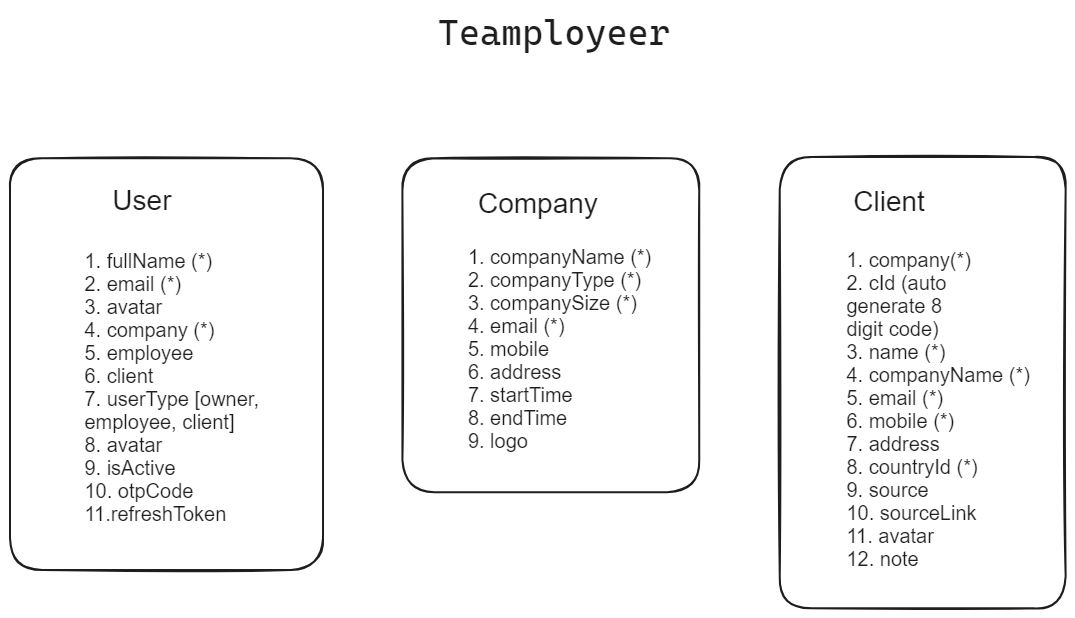
This is software-features.excalidraw.png from DevzetOfficial/teamployeer-api, a Excalidraw export, as it was before one commit. Source tidied: one line per element, renumbered; positions are measured from the earlier drawing's top-left corner, leaving out a move shared by most shapes. Its diagram source:
```json
{"id": 0, "type": "text", "text": "Teamployeer", "strokeColor": "#1e1e1e", "strokeWidth": 2, "roughness": 1, "fontSize": 36, "fontFamily": 3, "textAlign": "center", "x": 428, "y": 0, "width": 232, "height": 43}
{"id": 1, "type": "rectangle", "strokeColor": "#1e1e1e", "strokeWidth": 2, "roughness": 1, "round": true, "x": 770, "y": 147, "width": 286, "height": 451}
{"id": 2, "type": "text", "text": "Client", "strokeColor": "#1e1e1e", "strokeWidth": 2, "roughness": 1, "fontSize": 28, "fontFamily": 2, "textAlign": "center", "x": 843, "y": 176, "width": 72, "height": 32}
{"id": 3, "type": "text", "text": "1. company(*)\n2. cId (auto \ngenerate 8 \ndigit code)\n3. name (*)\n4. companyName (*)\n5. email (*)\n6. mobile (*)\n7. address\n8. countryId (*)\n9. source\n10. sourceLink\n11. avatar\n12. note\n", "strokeColor": "#1e1e1e", "strokeWidth": 2, "roughness": 1, "fontSize": 20, "fontFamily": 2, "x": 836, "y": 239, "width": 183, "height": 345}
{"id": 4, "type": "rectangle", "strokeColor": "#1e1e1e", "strokeWidth": 2, "roughness": 1, "round": true, "x": 0, "y": 148, "width": 313, "height": 412}
{"id": 5, "type": "text", "text": "User", "strokeColor": "#1e1e1e", "strokeWidth": 2, "roughness": 1, "fontSize": 28, "fontFamily": 2, "x": 102, "y": 175, "width": 59, "height": 32}
{"id": 6, "type": "text", "text": "1. fullName (*)\n2. email (*)\n3. avatar\n4. company (*)\n5. employee\n6. client\n7. userType [owner, \nemployee, client]\n8. avatar\n9. isActive\n10. otpCode\n11.refreshToken\n\n", "strokeColor": "#1e1e1e", "strokeWidth": 2, "roughness": 1, "fontSize": 20, "fontFamily": 2, "x": 74, "y": 240, "width": 180, "height": 322}
{"id": 7, "type": "rectangle", "strokeColor": "#1e1e1e", "strokeWidth": 2, "roughness": 1, "round": true, "x": 392, "y": 148, "width": 297, "height": 334}
{"id": 8, "type": "text", "text": "Company", "strokeColor": "#1e1e1e", "strokeWidth": 2, "roughness": 1, "fontSize": 28, "fontFamily": 2, "textAlign": "center", "x": 468, "y": 178, "width": 120, "height": 32}
{"id": 9, "type": "text", "text": "1. companyName (*)\n2. companyType (*)\n3. companySize (*)\n4. email (*)\n5. mobile\n6. address\n7. startTime\n8. endTime\n9. logo", "strokeColor": "#1e1e1e", "strokeWidth": 2, "roughness": 1, "fontSize": 20, "fontFamily": 2, "x": 458, "y": 236, "width": 183, "height": 207}
```
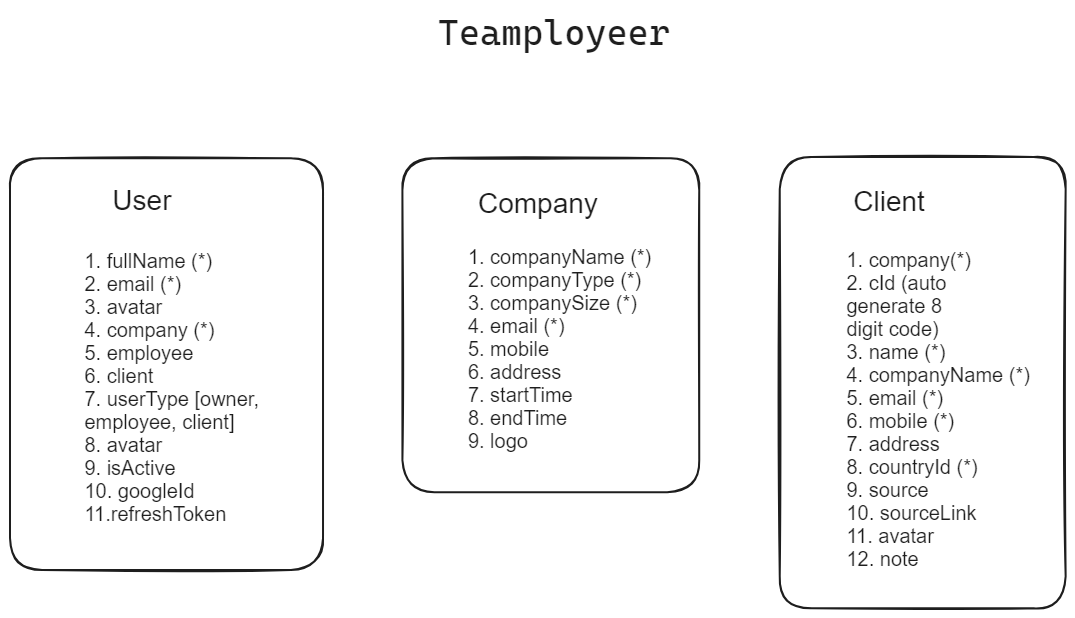
The same file after the commit.

Change to the diagram source:
```diff
@@ -4,7 +4,7 @@
 {"id": 3, "type": "text", "text": "1. company(*)\n2. cId (auto \ngenerate 8 \ndigit code)\n3. name (*)\n4. companyName (*)\n5. email (*)\n6. mobile (*)\n7. address\n8. countryId (*)\n9. source\n10. sourceLink\n11. avatar\n12. note\n", "strokeColor": "#1e1e1e", "strokeWidth": 2, "roughness": 1, "fontSize": 20, "fontFamily": 2, "x": 836, "y": 239, "width": 183, "height": 345}
 {"id": 4, "type": "rectangle", "strokeColor": "#1e1e1e", "strokeWidth": 2, "roughness": 1, "round": true, "x": 0, "y": 148, "width": 313, "height": 412}
 {"id": 5, "type": "text", "text": "User", "strokeColor": "#1e1e1e", "strokeWidth": 2, "roughness": 1, "fontSize": 28, "fontFamily": 2, "x": 102, "y": 175, "width": 59, "height": 32}
-{"id": 6, "type": "text", "text": "1. fullName (*)\n2. email (*)\n3. avatar\n4. company (*)\n5. employee\n6. client\n7. userType [owner, \nemployee, client]\n8. avatar\n9. isActive\n10. otpCode\n11.refreshToken\n\n", "strokeColor": "#1e1e1e", "strokeWidth": 2, "roughness": 1, "fontSize": 20, "fontFamily": 2, "x": 74, "y": 240, "width": 180, "height": 322}
+{"id": 6, "type": "text", "text": "1. fullName (*)\n2. email (*)\n3. avatar\n4. company (*)\n5. employee\n6. client\n7. userType [owner, \nemployee, client]\n8. avatar\n9. isActive\n10. googleId\n11.refreshToken\n\n", "strokeColor": "#1e1e1e", "strokeWidth": 2, "roughness": 1, "fontSize": 20, "fontFamily": 2, "x": 74, "y": 240, "width": 180, "height": 322}
 {"id": 7, "type": "rectangle", "strokeColor": "#1e1e1e", "strokeWidth": 2, "roughness": 1, "round": true, "x": 392, "y": 148, "width": 297, "height": 334}
 {"id": 8, "type": "text", "text": "Company", "strokeColor": "#1e1e1e", "strokeWidth": 2, "roughness": 1, "fontSize": 28, "fontFamily": 2, "textAlign": "center", "x": 468, "y": 178, "width": 120, "height": 32}
 {"id": 9, "type": "text", "text": "1. companyName (*)\n2. companyType (*)\n3. companySize (*)\n4. email (*)\n5. mobile\n6. address\n7. startTime\n8. endTime\n9. logo", "strokeColor": "#1e1e1e", "strokeWidth": 2, "roughness": 1, "fontSize": 20, "fontFamily": 2, "x": 458, "y": 236, "width": 183, "height": 207}
```
